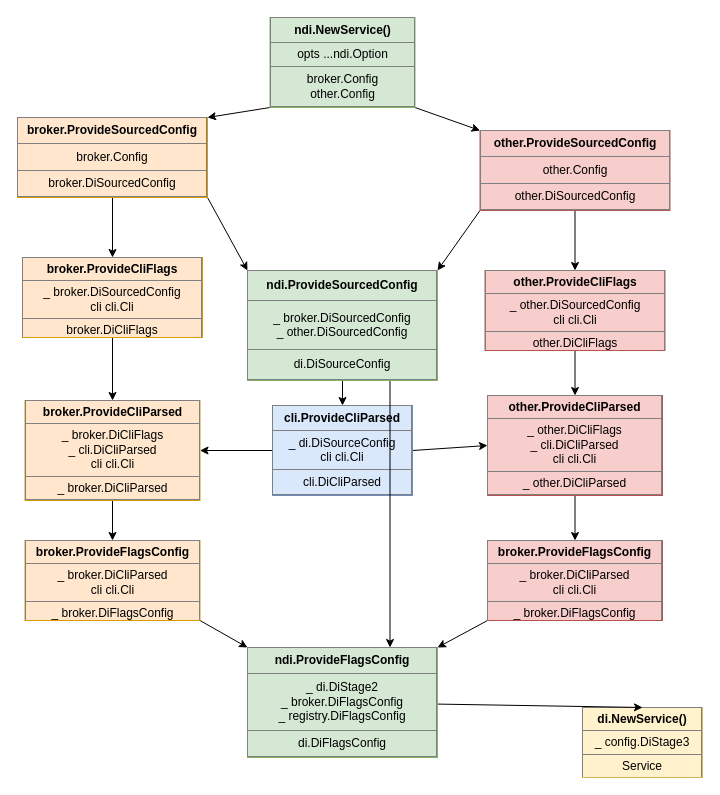
Earlier version of the draw.io diagram docs/wire/new_wire_di.dio (jochumdev/microwire). Source tidied: cells renumbered, new cells numbered last; positions are measured from the earlier drawing's top-left corner, leaving out a move shared by most shapes. Both pictures are drawn from the tidied source at 100%, with x=0, y=0 at pixel (17, 17).
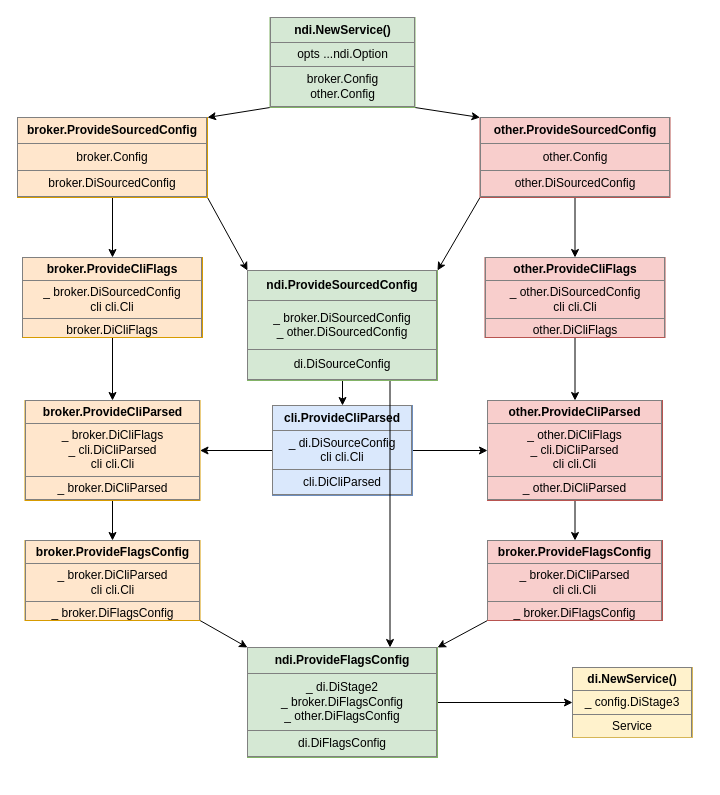
Above is the later version.

Commit message (it also covers changes not shown here):
(docs): Update new_wire Diagram

The edit, as a diff of the source:
```diff
@@
     <mxCell id="2" value="&lt;table border=&quot;1&quot; width=&quot;100%&quot; height=&quot;100%&quot; cellpadding=&quot;4&quot; style=&quot;width:100%;height:100%;border-collapse:collapse;&quot;&gt;&lt;tbody&gt;&lt;tr&gt;&lt;th align=&quot;center&quot;&gt;&lt;b&gt;di.NewService()&lt;/b&gt;&lt;/th&gt;&lt;/tr&gt;&lt;tr&gt;&lt;td align=&quot;center&quot;&gt;_ config.DiStage3&lt;br&gt;&lt;/td&gt;&lt;/tr&gt;&lt;tr&gt;&lt;td align=&quot;center&quot;&gt;Service&lt;br&gt;&lt;/td&gt;&lt;/tr&gt;&lt;/tbody&gt;&lt;/table&gt;" style="text;html=1;strokeColor=#d6b656;fillColor=#fff2cc;overflow=fill;" parent="1" vertex="1">
-      <mxGeometry x="565" y="690" width="120" height="70" as="geometry" />
+      <mxGeometry x="555" y="650" width="120" height="70" as="geometry" />
     </mxCell>
@@
-    <mxCell id="9" style="edgeStyle=none;html=1;entryX=0.5;entryY=0;entryDx=0;entryDy=0;startArrow=none;startFill=0;endArrow=classic;endFill=1;" parent="1" edge="1" source="10" target="2">
+    <mxCell id="9" style="edgeStyle=none;html=1;entryX=0;entryY=0.5;entryDx=0;entryDy=0;startArrow=none;startFill=0;endArrow=classic;endFill=1;" parent="1" edge="1" source="10" target="2">
       <mxGeometry relative="1" as="geometry" />
     </mxCell>
-    <mxCell id="10" value="&lt;table border=&quot;1&quot; width=&quot;100%&quot; height=&quot;100%&quot; cellpadding=&quot;4&quot; style=&quot;width: 100%; height: 100%; border-collapse: collapse;&quot;&gt;&lt;tbody&gt;&lt;tr&gt;&lt;th align=&quot;center&quot;&gt;ndi.ProvideFlagsConfig&lt;/th&gt;&lt;/tr&gt;&lt;tr&gt;&lt;td align=&quot;center&quot;&gt;_ di.DiStage2&lt;br&gt;_ broker.DiFlagsConfig&lt;br&gt;_ registry.DiFlagsConfig&lt;br&gt;&lt;/td&gt;&lt;/tr&gt;&lt;tr&gt;&lt;td align=&quot;center&quot;&gt;di.DiFlagsConfig&lt;br&gt;&lt;/td&gt;&lt;/tr&gt;&lt;/tbody&gt;&lt;/table&gt;" style="text;html=1;strokeColor=#82b366;fillColor=#d5e8d4;overflow=fill;" parent="1" vertex="1">
+    <mxCell id="10" value="&lt;table border=&quot;1&quot; width=&quot;100%&quot; height=&quot;100%&quot; cellpadding=&quot;4&quot; style=&quot;width: 100%; height: 100%; border-collapse: collapse;&quot;&gt;&lt;tbody&gt;&lt;tr&gt;&lt;th align=&quot;center&quot;&gt;ndi.ProvideFlagsConfig&lt;/th&gt;&lt;/tr&gt;&lt;tr&gt;&lt;td align=&quot;center&quot;&gt;_ di.DiStage2&lt;br&gt;_ broker.DiFlagsConfig&lt;br&gt;_ other.DiFlagsConfig&lt;br&gt;&lt;/td&gt;&lt;/tr&gt;&lt;tr&gt;&lt;td align=&quot;center&quot;&gt;di.DiFlagsConfig&lt;br&gt;&lt;/td&gt;&lt;/tr&gt;&lt;/tbody&gt;&lt;/table&gt;" style="text;html=1;strokeColor=#82b366;fillColor=#d5e8d4;overflow=fill;" parent="1" vertex="1">
       <mxGeometry x="230" y="630" width="190" height="110" as="geometry" />
     </mxCell>
@@
     <mxCell id="24" value="&lt;table border=&quot;1&quot; width=&quot;100%&quot; height=&quot;100%&quot; cellpadding=&quot;4&quot; style=&quot;width: 100%; height: 100%; border-collapse: collapse;&quot;&gt;&lt;tbody&gt;&lt;tr&gt;&lt;th align=&quot;center&quot;&gt;other.ProvideCliParsed&lt;/th&gt;&lt;/tr&gt;&lt;tr&gt;&lt;td align=&quot;center&quot;&gt;_ other.DiCliFlags&lt;br&gt;_ cli.DiCliParsed&lt;br&gt;cli cli.Cli&lt;/td&gt;&lt;/tr&gt;&lt;tr&gt;&lt;td align=&quot;center&quot;&gt;_ other.DiCliParsed&lt;br&gt;&lt;/td&gt;&lt;/tr&gt;&lt;/tbody&gt;&lt;/table&gt;" style="text;html=1;strokeColor=#b85450;fillColor=#f8cecc;overflow=fill;" parent="1" vertex="1">
-      <mxGeometry x="470" y="378" width="175" height="100" as="geometry" />
+      <mxGeometry x="470" y="383" width="175" height="100" as="geometry" />
     </mxCell>
@@
     <mxCell id="26" value="&lt;table border=&quot;1&quot; width=&quot;100%&quot; height=&quot;100%&quot; cellpadding=&quot;4&quot; style=&quot;width: 100%; height: 100%; border-collapse: collapse;&quot;&gt;&lt;tbody&gt;&lt;tr&gt;&lt;th align=&quot;center&quot;&gt;other.ProvideCliFlags&lt;/th&gt;&lt;/tr&gt;&lt;tr&gt;&lt;td align=&quot;center&quot;&gt;_ other.DiSourcedConfig&lt;br&gt;cli cli.Cli&lt;/td&gt;&lt;/tr&gt;&lt;tr&gt;&lt;td align=&quot;center&quot;&gt;other.DiCliFlags&lt;br&gt;&lt;/td&gt;&lt;/tr&gt;&lt;/tbody&gt;&lt;/table&gt;" style="text;html=1;strokeColor=#b85450;fillColor=#f8cecc;overflow=fill;" parent="1" vertex="1">
-      <mxGeometry x="467.5" y="253" width="180" height="80" as="geometry" />
+      <mxGeometry x="467.5" y="240" width="180" height="80" as="geometry" />
     </mxCell>
@@
     <mxCell id="31" value="&lt;table border=&quot;1&quot; width=&quot;100%&quot; height=&quot;100%&quot; cellpadding=&quot;4&quot; style=&quot;width: 100%; height: 100%; border-collapse: collapse;&quot;&gt;&lt;tbody&gt;&lt;tr&gt;&lt;th align=&quot;center&quot;&gt;other.ProvideSourcedConfig&lt;/th&gt;&lt;/tr&gt;&lt;tr&gt;&lt;td align=&quot;center&quot;&gt;other.Config&lt;/td&gt;&lt;/tr&gt;&lt;tr&gt;&lt;td align=&quot;center&quot;&gt;other.DiSourcedConfig&lt;br&gt;&lt;/td&gt;&lt;/tr&gt;&lt;/tbody&gt;&lt;/table&gt;" style="text;html=1;strokeColor=#b85450;fillColor=#f8cecc;overflow=fill;" parent="1" vertex="1">
-      <mxGeometry x="462.5" y="113" width="190" height="80" as="geometry" />
+      <mxGeometry x="462.5" y="100" width="190" height="80" as="geometry" />
     </mxCell>
```
